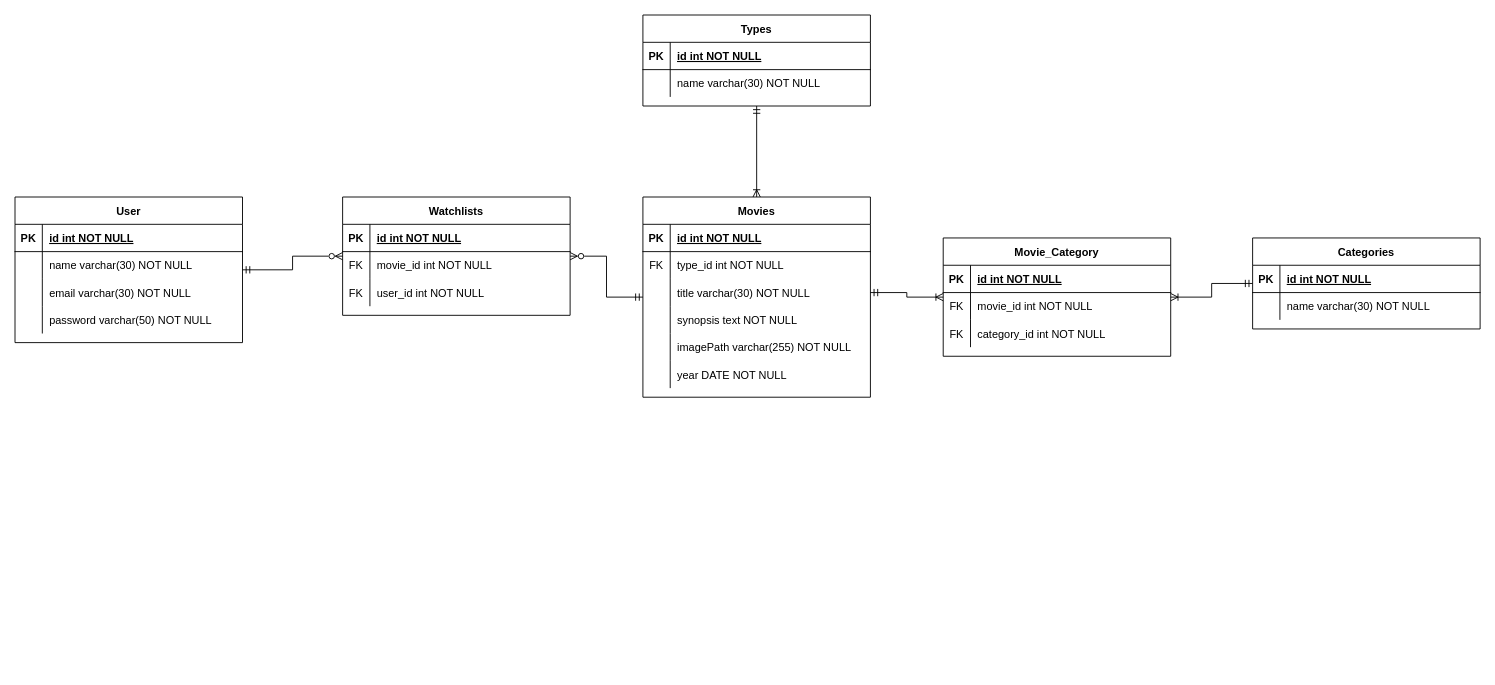
Before: ERD.drawio in ardi23892/portal-film-lec, a draw.io diagram. Source tidied: cells renumbered, new cells numbered last; positions are measured from the earlier drawing's top-left corner, leaving out a move shared by most shapes. Both pictures are drawn from the tidied source at 91%, with x=0, y=0 at pixel (15, 15).
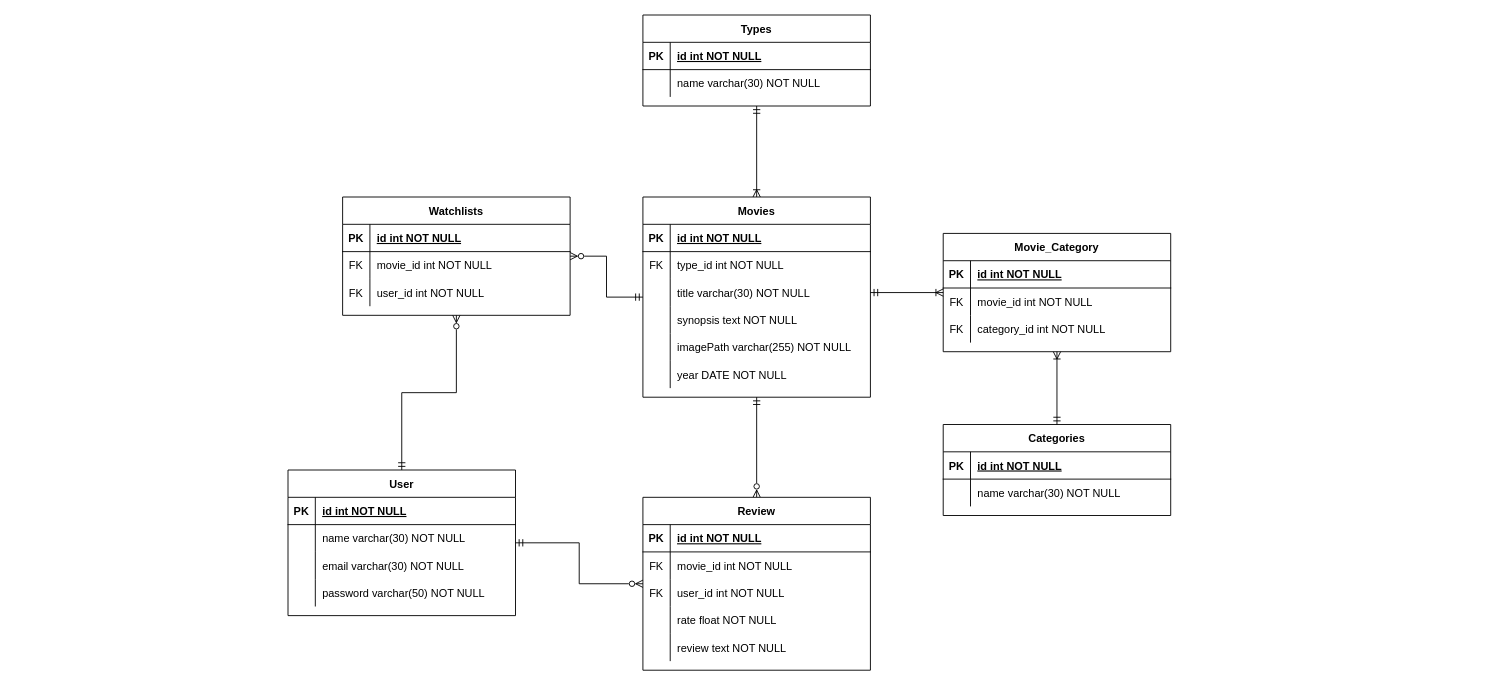
The same diagram, later.

Commit message (it also covers changes not shown here):
create review table

The change refers to these unchanged cells:
```xml
<mxCell id="10" value="Movies" style="shape=table;startSize=30;childLayout=tableLayout;rowLines=0;fontStyle=1;align=center;" parent="1" vertex="1">
  <mxGeometry x="690" y="200" width="250" height="220" as="geometry" />
</mxCell>
```

The edit, as a diff of the source:
```diff
@@
     <mxCell id="2" value="Categories" style="shape=table;startSize=30;childLayout=tableLayout;rowLines=0;fontStyle=1;align=center;" parent="1" vertex="1">
-      <mxGeometry x="1360" y="245" width="250" height="100" as="geometry" />
+      <mxGeometry x="1020" y="450" width="250" height="100" as="geometry" />
     </mxCell>
@@
     <mxCell id="38" value="Movie_Category" style="shape=table;startSize=30;childLayout=tableLayout;rowLines=0;fontStyle=1;align=center;" parent="1" vertex="1">
-      <mxGeometry x="1020" y="245" width="250" height="130" as="geometry" />
+      <mxGeometry x="1020" y="240" width="250" height="130" as="geometry" />
     </mxCell>
@@
     <mxCell id="48" value="User" style="shape=table;startSize=30;childLayout=tableLayout;rowLines=0;fontStyle=1;align=center;" parent="1" vertex="1">
-      <mxGeometry y="200" width="250" height="160" as="geometry" />
+      <mxGeometry x="300" y="500" width="250" height="160" as="geometry" />
     </mxCell>
@@
+    <mxCell id="73" style="edgeStyle=orthogonalEdgeStyle;rounded=0;jettySize=auto;html=1;endArrow=ERmandOne;endFill=0;startArrow=ERzeroToMany;startFill=0;" parent="1" edge="1" source="75" target="10">
+      <mxGeometry relative="1" as="geometry" />
+    </mxCell>
+    <mxCell id="74" style="edgeStyle=orthogonalEdgeStyle;rounded=0;jettySize=auto;html=1;startArrow=ERzeroToMany;startFill=0;endArrow=ERmandOne;endFill=0;" parent="1" edge="1" source="75" target="48">
+      <mxGeometry relative="1" as="geometry" />
+    </mxCell>
+    <mxCell id="75" value="Review" style="shape=table;startSize=30;childLayout=tableLayout;rowLines=0;fontStyle=1;align=center;" parent="1" vertex="1">
+      <mxGeometry x="690" y="530" width="250" height="190" as="geometry" />
+    </mxCell>
+    <mxCell id="76" style="shape=partialRectangle;fillColor=none;top=0;left=0;right=0;bottom=1;" parent="75" vertex="1">
+      <mxGeometry y="30" width="250" height="30" as="geometry" />
+    </mxCell>
+    <mxCell id="77" value="PK" style="shape=partialRectangle;overflow=hidden;fillColor=none;top=0;left=0;bottom=0;right=0;fontStyle=1;" parent="76" vertex="1">
+      <mxGeometry width="30" height="30" as="geometry" />
+    </mxCell>
+    <mxCell id="78" value="id int NOT NULL " style="shape=partialRectangle;overflow=hidden;fillColor=none;top=0;left=0;bottom=0;right=0;align=left;spacingLeft=6;fontStyle=5;" parent="76" vertex="1">
+      <mxGeometry x="30" width="220" height="30" as="geometry" />
+    </mxCell>
+    <mxCell id="79" style="shape=partialRectangle;fillColor=none;top=0;left=0;bottom=0;right=0;" parent="75" vertex="1">
+      <mxGeometry y="60" width="250" height="30" as="geometry" />
+    </mxCell>
+    <mxCell id="80" value="FK" style="shape=partialRectangle;fillColor=none;top=0;left=0;bottom=0;right=0;fontStyle=0;overflow=hidden;" parent="79" vertex="1">
+      <mxGeometry width="30" height="30" as="geometry" />
+    </mxCell>
+    <mxCell id="81" value="movie_id int NOT NULL" style="shape=partialRectangle;fillColor=none;top=0;left=0;bottom=0;right=0;align=left;spacingLeft=6;fontStyle=0;overflow=hidden;" parent="79" vertex="1">
+      <mxGeometry x="30" width="220" height="30" as="geometry" />
+    </mxCell>
+    <mxCell id="82" style="shape=partialRectangle;fillColor=none;top=0;left=0;bottom=0;right=0;" parent="75" vertex="1">
+      <mxGeometry y="90" width="250" height="30" as="geometry" />
+    </mxCell>
+    <mxCell id="83" value="FK" style="shape=partialRectangle;fillColor=none;top=0;left=0;bottom=0;right=0;fontStyle=0;overflow=hidden;" parent="82" vertex="1">
+      <mxGeometry width="30" height="30" as="geometry" />
+    </mxCell>
+    <mxCell id="84" value="user_id int NOT NULL" style="shape=partialRectangle;fillColor=none;top=0;left=0;bottom=0;right=0;align=left;spacingLeft=6;fontStyle=0;overflow=hidden;" parent="82" vertex="1">
+      <mxGeometry x="30" width="220" height="30" as="geometry" />
+    </mxCell>
+    <mxCell id="85" style="shape=partialRectangle;fillColor=none;top=0;left=0;right=0;bottom=0;" parent="75" vertex="1">
+      <mxGeometry y="120" width="250" height="30" as="geometry" />
+    </mxCell>
+    <mxCell id="86" style="shape=partialRectangle;overflow=hidden;fillColor=none;top=0;left=0;bottom=0;right=0;" parent="85" vertex="1">
+      <mxGeometry width="30" height="30" as="geometry" />
+    </mxCell>
+    <mxCell id="87" value="rate float NOT NULL" style="shape=partialRectangle;overflow=hidden;fillColor=none;top=0;left=0;bottom=0;right=0;align=left;spacingLeft=6;" parent="85" vertex="1">
+      <mxGeometry x="30" width="220" height="30" as="geometry" />
+    </mxCell>
+    <mxCell id="88" style="shape=partialRectangle;fillColor=none;top=0;left=0;bottom=0;right=0;" parent="75" vertex="1">
+      <mxGeometry y="150" width="250" height="30" as="geometry" />
+    </mxCell>
+    <mxCell id="89" style="shape=partialRectangle;fillColor=none;top=0;left=0;bottom=0;right=0;overflow=hidden;" parent="88" vertex="1">
+      <mxGeometry width="30" height="30" as="geometry" />
+    </mxCell>
+    <mxCell id="90" value="review text NOT NULL" style="shape=partialRectangle;fillColor=none;top=0;left=0;bottom=0;right=0;align=left;spacingLeft=6;overflow=hidden;" parent="88" vertex="1">
+      <mxGeometry x="30" width="220" height="30" as="geometry" />
+    </mxCell>
```
